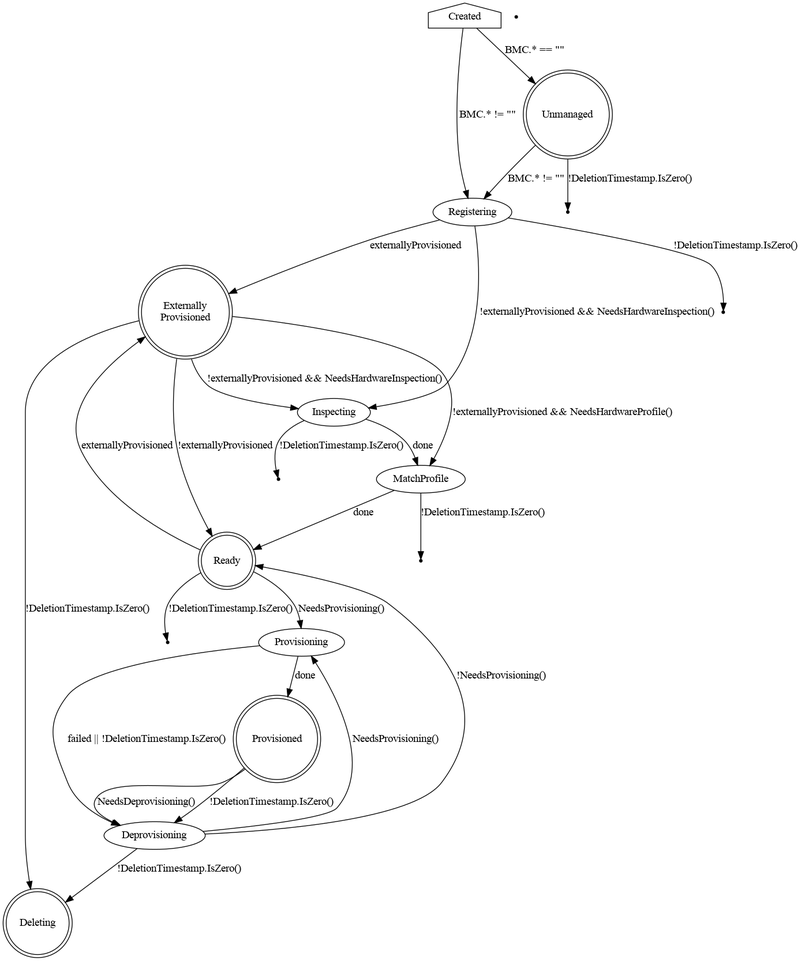
Above: docs/BaremetalHost_ProvisioningState.png in metal3-io/baremetal-operator (Graphviz), before the change. Its source is kept beside it as docs/BaremetalHost_ProvisioningState.dot.
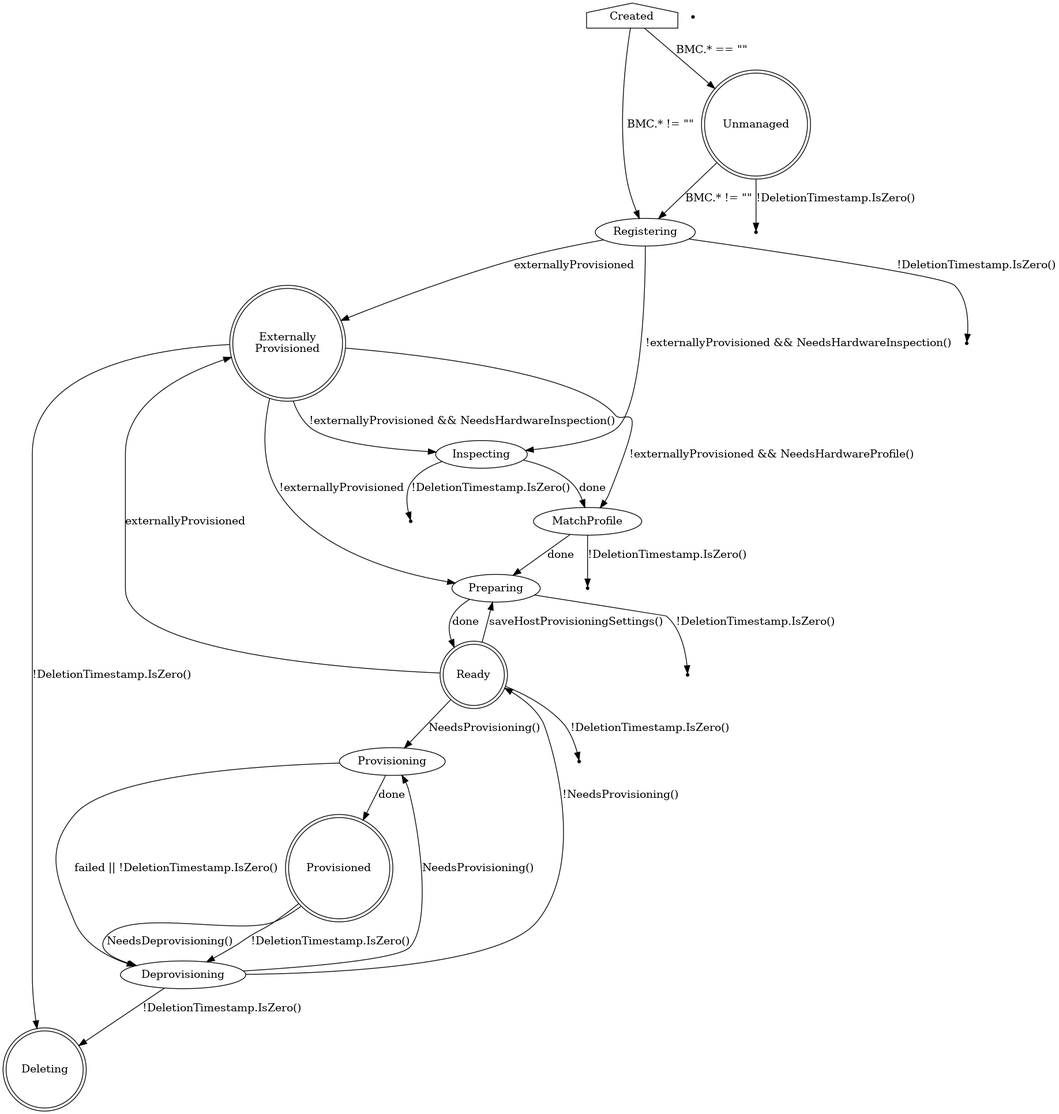
Later version of the same file.

Change to the diagram source:
```diff
@@ -19,7 +19,7 @@
 
     ExternallyProvisioned -> Inspecting [label="!externallyProvisioned && NeedsHardwareInspection()"]
     ExternallyProvisioned -> MatchProfile [label="!externallyProvisioned && NeedsHardwareProfile()"]
-    ExternallyProvisioned -> Ready [label="!externallyProvisioned"]
+    ExternallyProvisioned -> Preparing [label="!externallyProvisioned"]
     Ready -> ExternallyProvisioned [label="externallyProvisioned"]
 
     Inspecting -> MatchProfile [label="done"]
@@ -27,18 +27,24 @@
 
     Deleting3 [shape=point]
 
-    MatchProfile -> Ready [label="done"]
+    MatchProfile -> Preparing [label="done"]
     MatchProfile -> Deleting4 [label="!DeletionTimestamp.IsZero()"]
 
     Deleting4 [shape=point]
 
     Deleting5 [shape=point]
 
+    Preparing -> Ready [label="done"]
+    Preparing -> Deleting6 [label="!DeletionTimestamp.IsZero()"]
+
+    Deleting6 [shape=point]
+
     Ready [shape=doublecircle]
     Ready -> Provisioning [label="NeedsProvisioning()"]
-    Ready -> Deleting6 [label="!DeletionTimestamp.IsZero()"]
+    Ready -> Preparing [label="saveHostProvisioningSettings()"]
+    Ready -> Deleting7 [label="!DeletionTimestamp.IsZero()"]
 
-    Deleting6 [shape=point]
+    Deleting7 [shape=point]
 
     Provisioning -> Provisioned [label=done]
     Provisioning -> Deprovisioning [label="failed || !DeletionTimestamp.IsZero()"]
```
